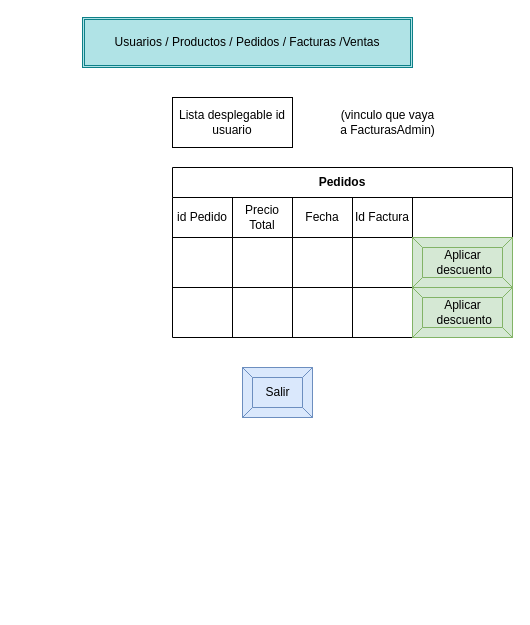
This is page "PedidosAdmin" (6 of 9) of ListaCompra.drawio from katacliny/practica, a draw.io file, before an edit. Source tidied: cells renumbered, new cells numbered last; positions are measured from the earlier drawing's top-left corner, leaving out a move shared by most shapes. Both pictures are drawn from the tidied source at 100%, with x=0, y=0 at pixel (82, 17).
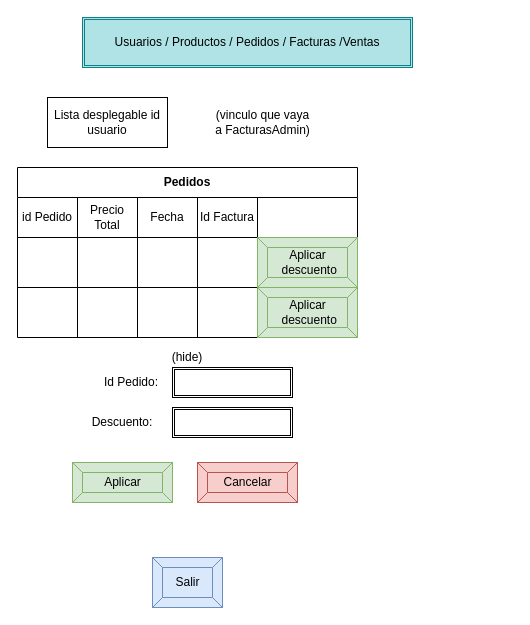
The same page after the edit.

Diff of the diagram source:
```diff
@@
     <mxCell id="2" value="Pedidos" style="shape=table;html=1;whiteSpace=wrap;startSize=30;childLayout=tableLayout;fontStyle=1;align=center;" parent="1" vertex="1">
-      <mxGeometry x="90" y="150" width="340" height="170" as="geometry" />
+      <mxGeometry x="-65" y="150" width="340" height="170" as="geometry" />
     </mxCell>
@@
     <mxCell id="21" value="Lista desplegable id usuario" style="rounded=0;whiteSpace=wrap;html=1;" parent="1" vertex="1">
-      <mxGeometry x="90" y="80" width="120" height="50" as="geometry" />
+      <mxGeometry x="-35" y="80" width="120" height="50" as="geometry" />
     </mxCell>
@@
     <mxCell id="23" value="(vinculo que vaya &lt;br&gt;a FacturasAdmin)" style="text;html=1;align=center;verticalAlign=middle;" parent="1" vertex="1">
-      <mxGeometry x="250" y="90" width="110" height="30" as="geometry" />
+      <mxGeometry x="125" y="90" width="110" height="30" as="geometry" />
     </mxCell>
     <mxCell id="24" value="Salir" style="labelPosition=center;verticalLabelPosition=middle;align=center;html=1;shape=mxgraph.basic.button;dx=10;fillColor=#dae8fc;strokeColor=#6c8ebf;" parent="1" vertex="1">
-      <mxGeometry x="160" y="350" width="70" height="50" as="geometry" />
+      <mxGeometry x="70" y="540" width="70" height="50" as="geometry" />
     </mxCell>
     <mxCell id="25" value="Aplicar&lt;br&gt;&amp;nbsp;descuento" style="labelPosition=center;verticalLabelPosition=middle;align=center;html=1;shape=mxgraph.basic.button;dx=10;fillColor=#d5e8d4;strokeColor=#82b366;" parent="1" vertex="1">
-      <mxGeometry x="330" y="220" width="100" height="50" as="geometry" />
+      <mxGeometry x="175" y="220" width="100" height="50" as="geometry" />
     </mxCell>
     <mxCell id="26" value="Aplicar&lt;br&gt;&amp;nbsp;descuento" style="labelPosition=center;verticalLabelPosition=middle;align=center;html=1;shape=mxgraph.basic.button;dx=10;fillColor=#d5e8d4;strokeColor=#82b366;" parent="1" vertex="1">
-      <mxGeometry x="330" y="270" width="100" height="50" as="geometry" />
+      <mxGeometry x="175" y="270" width="100" height="50" as="geometry" />
     </mxCell>
+    <mxCell id="27" value="(hide)" style="text;html=1;strokeColor=none;fillColor=none;align=center;verticalAlign=middle;whiteSpace=wrap;rounded=0;" parent="1" vertex="1">
+      <mxGeometry x="85" y="330" width="40" height="20" as="geometry" />
+    </mxCell>
+    <mxCell id="28" value="Id Pedido:" style="text;html=1;strokeColor=none;fillColor=none;align=left;verticalAlign=middle;whiteSpace=wrap;rounded=0;" parent="1" vertex="1">
+      <mxGeometry x="20" y="355" width="70" height="20" as="geometry" />
+    </mxCell>
+    <mxCell id="29" style="shape=ext;double=1;rounded=0;whiteSpace=wrap;html=1;" parent="1" vertex="1">
+      <mxGeometry x="90" y="350" width="120" height="30" as="geometry" />
+    </mxCell>
+    <mxCell id="30" value="Descuento:" style="text;html=1;strokeColor=none;fillColor=none;align=center;verticalAlign=middle;whiteSpace=wrap;rounded=0;" parent="1" vertex="1">
+      <mxGeometry x="20" y="395" width="40" height="20" as="geometry" />
+    </mxCell>
+    <mxCell id="31" style="shape=ext;double=1;rounded=0;whiteSpace=wrap;html=1;" parent="1" vertex="1">
+      <mxGeometry x="90" y="390" width="120" height="30" as="geometry" />
+    </mxCell>
+    <mxCell id="32" value="Aplicar" style="labelPosition=center;verticalLabelPosition=middle;align=center;html=1;shape=mxgraph.basic.button;dx=10;fillColor=#d5e8d4;strokeColor=#82b366;" parent="1" vertex="1">
+      <mxGeometry x="-10" y="445" width="100" height="40" as="geometry" />
+    </mxCell>
+    <mxCell id="33" value="Cancelar" style="labelPosition=center;verticalLabelPosition=middle;align=center;html=1;shape=mxgraph.basic.button;dx=10;fillColor=#f8cecc;strokeColor=#b85450;" parent="1" vertex="1">
+      <mxGeometry x="115" y="445" width="100" height="40" as="geometry" />
+    </mxCell>
```
